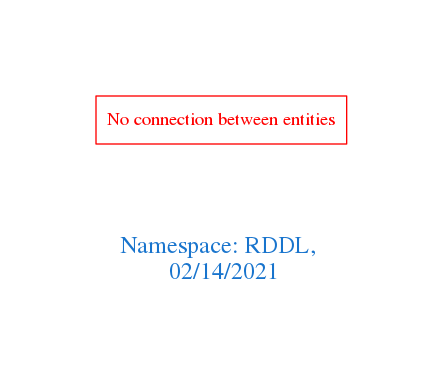
Earlier version of the Graphviz export downloads/RDDL.png (arago/OGIT). Its source is kept beside it as downloads/RDDL.dot.
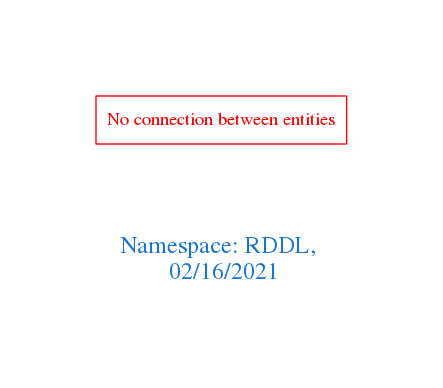
Above is the later version.

The edit, as a diff of the source:
```diff
@@ -1,7 +1,7 @@
 digraph OGIT_ontology {
  graph [ rankdir= LR,pad=1
 fontsize = 18,
-fontcolor= dodgerblue3,label = "\n\n\nNamespace: RDDL, \n 02/14/2021"];
+fontcolor= dodgerblue3,label = "\n\n\nNamespace: RDDL, \n 02/16/2021"];
 node[shape=polygon];
 edge [  color="gray81"];
 
```
